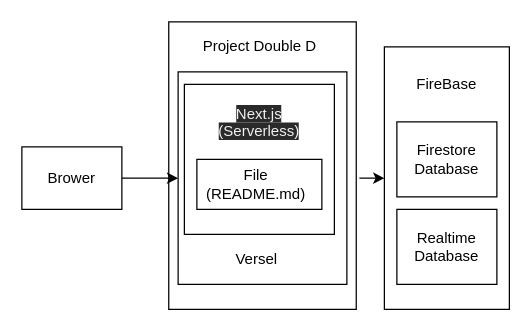
Before: page "Search Engine" (1 of 2) of architecture/JYUHomepageHLD.drawio in YongwoonJang/gyujanggak, a draw.io diagram. Source tidied: cells renumbered, new cells numbered last; positions are measured from the earlier drawing's top-left corner, leaving out a move shared by most shapes. Both pictures are drawn from the tidied source at 125%, with x=0, y=0 at pixel (21, 21).
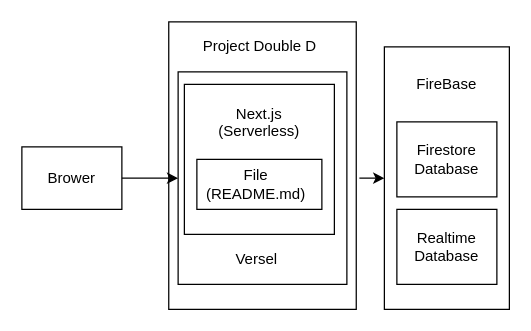
The same page after the edit.

What changed in the source:
```diff
@@
 <mxGraphModel>
   <root>
     <mxCell id="0" />
     <mxCell id="1" parent="0" />
     <mxCell id="2" style="rounded=0;whiteSpace=wrap;html=1;fillColor=none;" parent="1" vertex="1">
       <mxGeometry x="117.5" width="150" height="230" as="geometry" />
     </mxCell>
     <mxCell id="3" style="rounded=0;whiteSpace=wrap;html=1;" parent="1" vertex="1">
       <mxGeometry x="125" y="40" width="135" height="170" as="geometry" />
     </mxCell>
     <mxCell id="4" style="rounded=0;whiteSpace=wrap;html=1;" parent="1" vertex="1">
       <mxGeometry x="130" y="50" width="120" height="120" as="geometry" />
     </mxCell>
     <mxCell id="5" style="rounded=0;whiteSpace=wrap;html=1;" parent="1" vertex="1">
       <mxGeometry x="140" y="110" width="100" height="40" as="geometry" />
     </mxCell>
     <mxCell id="6" value="Project Double D" style="text;html=1;strokeColor=none;fillColor=none;align=center;verticalAlign=middle;whiteSpace=wrap;rounded=0;" parent="1" vertex="1">
       <mxGeometry x="137.5" y="10" width="105" height="20" as="geometry" />
     </mxCell>
     <mxCell id="7" value="Brower" style="rounded=0;whiteSpace=wrap;html=1;" parent="1" vertex="1">
       <mxGeometry y="100" width="80" height="50" as="geometry" />
     </mxCell>
     <mxCell id="8" value="&lt;font style=&quot;font-size: 12px&quot;&gt;Versel&lt;/font&gt;" style="text;html=1;strokeColor=none;fillColor=none;align=center;verticalAlign=middle;whiteSpace=wrap;rounded=0;" parent="1" vertex="1">
       <mxGeometry x="147.5" y="180" width="80" height="20" as="geometry" />
     </mxCell>
     <mxCell id="9" value="File&lt;br&gt;(README.md)" style="text;html=1;strokeColor=none;fillColor=none;align=center;verticalAlign=middle;whiteSpace=wrap;rounded=0;" parent="1" vertex="1">
       <mxGeometry x="165" y="120" width="45" height="20" as="geometry" />
     </mxCell>
     <mxCell id="10" style="endArrow=classic;html=1;exitX=1;exitY=0.5;exitDx=0;exitDy=0;entryX=0;entryY=0.5;entryDx=0;entryDy=0;" parent="1" edge="1" source="7" target="3">
       <mxGeometry relative="1" as="geometry" />
     </mxCell>
     <mxCell id="11" style="rounded=0;whiteSpace=wrap;html=1;" parent="1" vertex="1">
       <mxGeometry x="290" y="20" width="100" height="210" as="geometry" />
     </mxCell>
     <mxCell id="12" value="FireBase" style="text;html=1;strokeColor=none;fillColor=none;align=center;verticalAlign=middle;whiteSpace=wrap;rounded=0;" parent="1" vertex="1">
       <mxGeometry x="300" y="40" width="80" height="20" as="geometry" />
     </mxCell>
     <mxCell id="13" style="endArrow=classic;html=1;exitX=1;exitY=0.5;exitDx=0;exitDy=0;entryX=0;entryY=0.5;entryDx=0;entryDy=0;" parent="1" edge="1" target="11">
       <mxGeometry relative="1" as="geometry">
         <mxPoint x="270" y="125" as="sourcePoint" />
       </mxGeometry>
     </mxCell>
-    <mxCell id="14" value="&lt;span style=&quot;color: rgb(240 , 240 , 240) ; font-family: &amp;#34;helvetica&amp;#34; ; font-size: 12px ; font-style: normal ; font-weight: 400 ; letter-spacing: normal ; text-indent: 0px ; text-transform: none ; word-spacing: 0px ; background-color: rgb(42 , 42 , 42) ; display: inline ; float: none&quot;&gt;Next.js&lt;/span&gt;&lt;br style=&quot;color: rgb(240 , 240 , 240) ; font-family: &amp;#34;helvetica&amp;#34; ; font-size: 12px ; font-style: normal ; font-weight: 400 ; letter-spacing: normal ; text-indent: 0px ; text-transform: none ; word-spacing: 0px ; background-color: rgb(42 , 42 , 42)&quot;&gt;&lt;span style=&quot;color: rgb(240 , 240 , 240) ; font-family: &amp;#34;helvetica&amp;#34; ; font-size: 12px ; font-style: normal ; font-weight: 400 ; letter-spacing: normal ; text-indent: 0px ; text-transform: none ; word-spacing: 0px ; background-color: rgb(42 , 42 , 42) ; display: inline ; float: none&quot;&gt;(Serverless)&lt;/span&gt;&lt;br style=&quot;color: rgb(240 , 240 , 240) ; font-family: &amp;#34;helvetica&amp;#34; ; font-size: 12px ; font-style: normal ; font-weight: 400 ; letter-spacing: normal ; text-indent: 0px ; text-transform: none ; word-spacing: 0px ; background-color: rgb(42 , 42 , 42)&quot;&gt;&lt;br style=&quot;color: rgb(240 , 240 , 240) ; font-family: &amp;#34;helvetica&amp;#34; ; font-size: 12px ; font-style: normal ; font-weight: 400 ; letter-spacing: normal ; text-indent: 0px ; text-transform: none ; word-spacing: 0px ; background-color: rgb(42 , 42 , 42)&quot;&gt;" style="text;whiteSpace=wrap;html=1;align=center;" parent="1" vertex="1">
+    <mxCell id="14" value="&lt;span style=&quot;font-family: &amp;#34;helvetica&amp;#34; ; font-size: 12px ; font-style: normal ; font-weight: 400 ; letter-spacing: normal ; text-indent: 0px ; text-transform: none ; word-spacing: 0px ; display: inline ; float: none&quot;&gt;Next.js&lt;/span&gt;&lt;br style=&quot;font-family: &amp;#34;helvetica&amp;#34; ; font-size: 12px ; font-style: normal ; font-weight: 400 ; letter-spacing: normal ; text-indent: 0px ; text-transform: none ; word-spacing: 0px&quot;&gt;&lt;span style=&quot;font-family: &amp;#34;helvetica&amp;#34; ; font-size: 12px ; font-style: normal ; font-weight: 400 ; letter-spacing: normal ; text-indent: 0px ; text-transform: none ; word-spacing: 0px ; display: inline ; float: none&quot;&gt;(Serverless)&lt;/span&gt;&lt;br style=&quot;font-family: &amp;#34;helvetica&amp;#34; ; font-size: 12px ; font-style: normal ; font-weight: 400 ; letter-spacing: normal ; text-indent: 0px ; text-transform: none ; word-spacing: 0px&quot;&gt;" style="text;whiteSpace=wrap;html=1;align=center;" parent="1" vertex="1">
       <mxGeometry x="145" y="60" width="90" height="40" as="geometry" />
     </mxCell>
     <mxCell id="15" value="Firestore&lt;br&gt;Database" style="rounded=0;whiteSpace=wrap;html=1;" parent="1" vertex="1">
       <mxGeometry x="300" y="80" width="80" height="60" as="geometry" />
     </mxCell>
     <mxCell id="16" value="Realtime&lt;br&gt;Database" style="rounded=0;whiteSpace=wrap;html=1;" parent="1" vertex="1">
       <mxGeometry x="300" y="150" width="80" height="60" as="geometry" />
     </mxCell>
   </root>
 </mxGraphModel>
```
